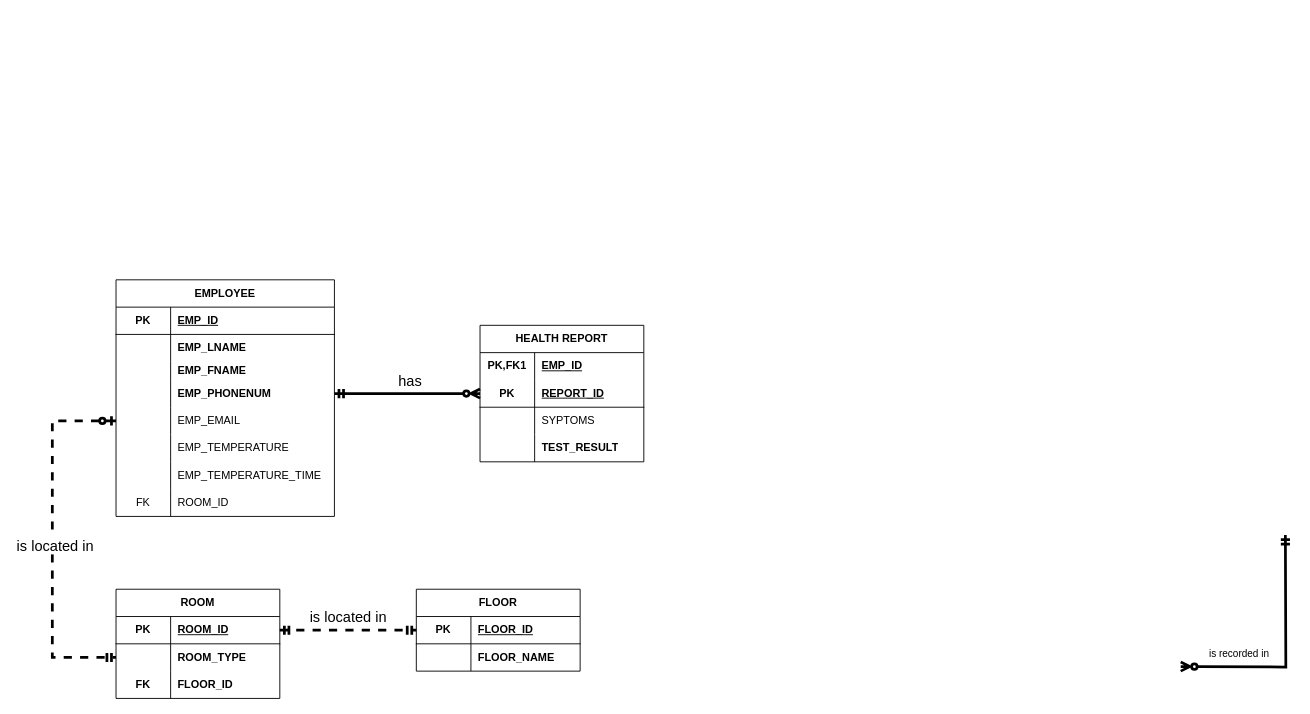
Eren-Jeager123/ERD-COVID keeps this draw.io diagram as hw1.drawio. Above is the earlier version. Source tidied: cells renumbered, new cells numbered last; positions are measured from the earlier drawing's top-left corner, leaving out a move shared by most shapes. Both pictures are drawn from the tidied source at 91%, with x=0, y=0 at pixel (52, 279).
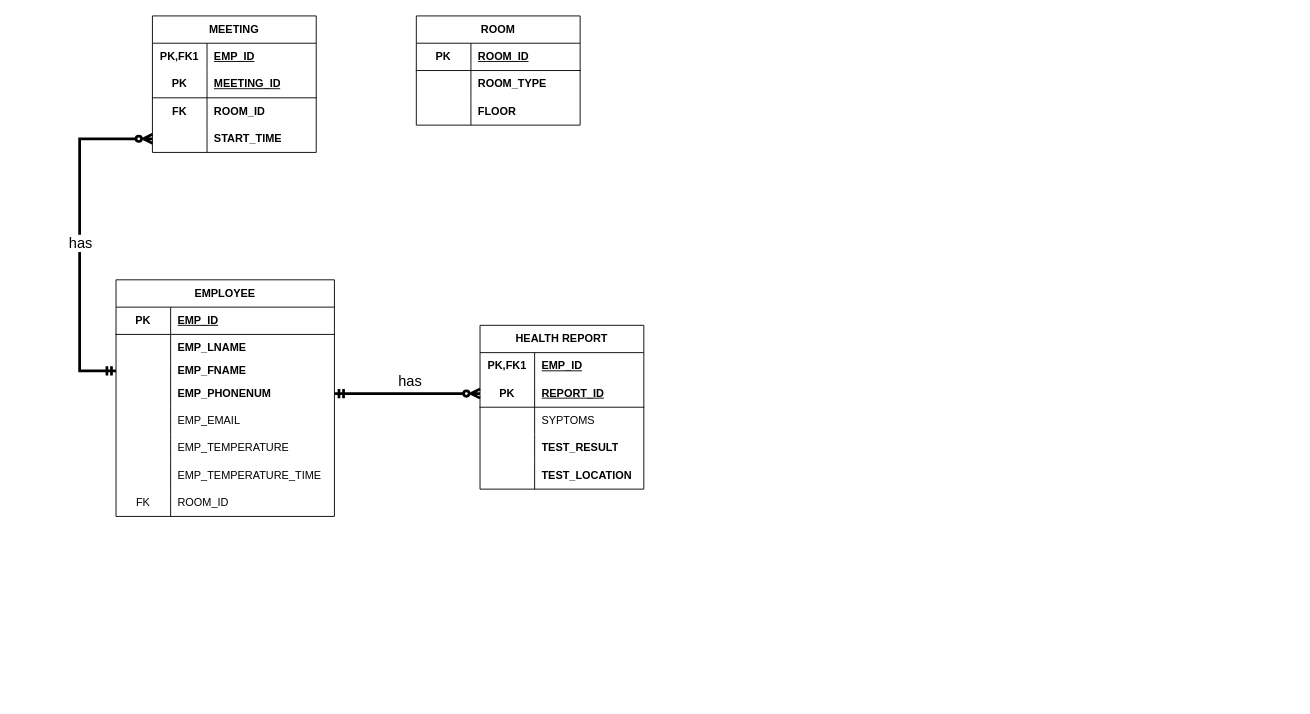
Above is the later version.

The change refers to these unchanged cells:
```xml
<mxCell id="11" style="shape=tableRow;horizontal=0;startSize=0;swimlaneHead=0;swimlaneBody=0;fillColor=none;points=[[0,0.5],[1,0.5]];portConstraint=eastwest;top=0;left=0;right=0;bottom=0;html=1;" parent="4" vertex="1">
  <mxGeometry y="90" width="240" height="20" as="geometry" />
</mxCell>
<mxCell id="17" style="shape=tableRow;horizontal=0;startSize=0;swimlaneHead=0;swimlaneBody=0;fillColor=none;points=[[0,0.5],[1,0.5]];portConstraint=eastwest;top=0;left=0;right=0;bottom=0;html=1;" parent="4" vertex="1">
  <mxGeometry y="140" width="240" height="30" as="geometry" />
</mxCell>
<mxCell id="45" style="shape=tableRow;horizontal=0;startSize=0;swimlaneHead=0;swimlaneBody=0;fillColor=none;points=[[0,0.5],[1,0.5]];portConstraint=eastwest;top=0;left=0;right=0;bottom=1;html=1;" parent="44" vertex="1">
  <mxGeometry y="30" width="180" height="30" as="geometry" />
</mxCell>
<mxCell id="48" style="shape=tableRow;horizontal=0;startSize=0;swimlaneHead=0;swimlaneBody=0;fillColor=none;points=[[0,0.5],[1,0.5]];portConstraint=eastwest;top=0;left=0;right=0;bottom=0;html=1;" parent="44" vertex="1">
  <mxGeometry y="60" width="180" height="30" as="geometry" />
</mxCell>
<mxCell id="51" style="shape=tableRow;horizontal=0;startSize=0;swimlaneHead=0;swimlaneBody=0;fillColor=none;top=0;left=0;right=0;bottom=0;html=1;fontStyle=0;" parent="44" vertex="1">
  <mxGeometry y="90" width="180" height="30" as="geometry" />
</mxCell>
```

What changed in the source:
```diff
@@
-    <mxCell id="2" style="edgeStyle=orthogonalEdgeStyle;rounded=0;orthogonalLoop=1;jettySize=auto;html=1;exitX=1;exitY=0.5;exitDx=0;exitDy=0;strokeWidth=3;entryX=0.816;entryY=1.012;entryDx=0;entryDy=0;entryPerimeter=0;startArrow=ERzeroToMany;startFill=0;endArrow=ERmandOne;endFill=0;" parent="1" edge="1">
-      <mxGeometry relative="1" as="geometry">
-        <mxPoint x="1240" y="425" as="sourcePoint" />
-        <mxPoint x="1355" y="280.4" as="targetPoint" />
-      </mxGeometry>
-    </mxCell>
-    <mxCell id="3" value="is recorded in" style="edgeLabel;html=1;align=center;verticalAlign=middle;" parent="2" vertex="1">
-      <mxGeometry x="-0.52" y="2" relative="1" as="geometry">
-        <mxPoint y="-13" as="offset" />
-      </mxGeometry>
-    </mxCell>
@@
     <mxCell id="29" value="HEALTH REPORT" style="shape=table;startSize=30;childLayout=tableLayout;rowLines=0;fontStyle=1;align=center;html=1;whiteSpace=wrap;" parent="1" vertex="1">
-      <mxGeometry x="470" y="50" width="180" height="150" as="geometry" />
+      <mxGeometry x="470" y="50" width="180" height="180" as="geometry" />
     </mxCell>
@@
+    <mxCell id="65" style="shape=tableRow;horizontal=0;startSize=0;swimlaneHead=0;swimlaneBody=0;fillColor=none;top=0;left=0;right=0;bottom=0;html=1;" parent="29" vertex="1">
+      <mxGeometry y="150" width="180" height="30" as="geometry" />
+    </mxCell>
+    <mxCell id="66" style="shape=partialRectangle;fillColor=none;top=0;left=0;bottom=0;right=0;overflow=hidden;html=1;whiteSpace=wrap;" parent="65" vertex="1">
+      <mxGeometry width="60" height="30" as="geometry" />
+    </mxCell>
+    <mxCell id="67" value="TEST_LOCATION" style="shape=partialRectangle;fillColor=none;top=0;left=0;bottom=0;right=0;align=left;spacingLeft=6;overflow=hidden;html=1;whiteSpace=wrap;fontStyle=1;" parent="65" vertex="1">
+      <mxGeometry x="60" width="120" height="30" as="geometry" />
+    </mxCell>
@@
     <mxCell id="44" value="ROOM" style="shape=table;startSize=30;childLayout=tableLayout;rowLines=0;fontStyle=1;align=center;html=1;whiteSpace=wrap;" parent="1" vertex="1">
-      <mxGeometry x="70" y="340" width="180" height="120" as="geometry" />
+      <mxGeometry x="400" y="-290" width="180" height="120" as="geometry" />
     </mxCell>
@@
-    <mxCell id="52" value="&lt;b&gt;FK&lt;/b&gt;" style="shape=partialRectangle;fillColor=none;top=0;left=0;bottom=0;right=0;overflow=hidden;html=1;whiteSpace=wrap;" parent="51" vertex="1">
+    <mxCell id="52" style="shape=partialRectangle;fillColor=none;top=0;left=0;bottom=0;right=0;overflow=hidden;html=1;whiteSpace=wrap;" parent="51" vertex="1">
       <mxGeometry width="60" height="30" as="geometry" />
     </mxCell>
-    <mxCell id="53" value="&lt;b&gt;FLOOR_ID&lt;/b&gt;" style="shape=partialRectangle;fillColor=none;top=0;left=0;bottom=0;right=0;align=left;spacingLeft=6;overflow=hidden;html=1;whiteSpace=wrap;" parent="51" vertex="1">
+    <mxCell id="53" value="&lt;b&gt;FLOOR&lt;br&gt;&lt;/b&gt;" style="shape=partialRectangle;fillColor=none;top=0;left=0;bottom=0;right=0;align=left;spacingLeft=6;overflow=hidden;html=1;whiteSpace=wrap;" parent="51" vertex="1">
       <mxGeometry x="60" width="120" height="30" as="geometry" />
     </mxCell>
-    <mxCell id="54" style="edgeStyle=orthogonalEdgeStyle;rounded=0;jettySize=auto;html=1;exitX=0;exitY=0.5;exitDx=0;exitDy=0;entryX=0;entryY=0.5;entryDx=0;entryDy=0;strokeWidth=3;startArrow=ERzeroToOne;startFill=0;endArrow=ERmandOne;endFill=0;dashed=1;" parent="1" edge="1" source="17" target="48">
-      <mxGeometry relative="1" as="geometry">
-        <Array as="points">
-          <mxPoint y="155" />
-          <mxPoint y="415" />
-        </Array>
-      </mxGeometry>
-    </mxCell>
-    <mxCell id="55" value="&lt;font style=&quot;font-size: 16px;&quot;&gt;is located in&lt;/font&gt;" style="edgeLabel;html=1;align=center;verticalAlign=middle;" parent="54" vertex="1">
-      <mxGeometry x="0.03" y="2" relative="1" as="geometry" />
-    </mxCell>
-    <mxCell id="56" value="FLOOR" style="shape=table;startSize=30;childLayout=tableLayout;rowLines=0;fontStyle=1;align=center;html=1;whiteSpace=wrap;" parent="1" vertex="1">
-      <mxGeometry x="400" y="340" width="180" height="90" as="geometry" />
-    </mxCell>
-    <mxCell id="57" style="shape=tableRow;horizontal=0;startSize=0;swimlaneHead=0;swimlaneBody=0;fillColor=none;points=[[0,0.5],[1,0.5]];portConstraint=eastwest;top=0;left=0;right=0;bottom=1;html=1;" parent="56" vertex="1">
-      <mxGeometry y="30" width="180" height="30" as="geometry" />
-    </mxCell>
+    <mxCell id="68" value="MEETING" style="shape=table;startSize=30;childLayout=tableLayout;rowLines=0;fontStyle=1;align=center;html=1;whiteSpace=wrap;" parent="1" vertex="1">
+      <mxGeometry x="110" y="-290" width="180" height="150" as="geometry" />
+    </mxCell>
+    <mxCell id="69" style="shape=tableRow;horizontal=0;startSize=0;swimlaneHead=0;swimlaneBody=0;fillColor=none;top=0;left=0;right=0;bottom=0;html=1;" parent="68" vertex="1">
+      <mxGeometry y="30" width="180" height="30" as="geometry" />
+    </mxCell>
+    <mxCell id="70" value="PK,FK1" style="shape=partialRectangle;fillColor=none;top=0;left=0;bottom=0;right=0;fontStyle=1;overflow=hidden;html=1;whiteSpace=wrap;" parent="69" vertex="1">
+      <mxGeometry width="60" height="30" as="geometry" />
+    </mxCell>
+    <mxCell id="71" value="EMP_ID" style="shape=partialRectangle;fillColor=none;top=0;left=0;bottom=0;right=0;align=left;spacingLeft=6;fontStyle=5;overflow=hidden;html=1;whiteSpace=wrap;" parent="69" vertex="1">
+      <mxGeometry x="60" width="120" height="30" as="geometry" />
+    </mxCell>
+    <mxCell id="72" style="shape=tableRow;horizontal=0;startSize=0;swimlaneHead=0;swimlaneBody=0;fillColor=none;top=0;left=0;right=0;bottom=1;html=1;" parent="68" vertex="1">
+      <mxGeometry y="60" width="180" height="30" as="geometry" />
+    </mxCell>
-    <mxCell id="58" value="PK" style="shape=partialRectangle;fillColor=none;top=0;left=0;bottom=0;right=0;fontStyle=1;overflow=hidden;html=1;whiteSpace=wrap;" parent="57" vertex="1">
+    <mxCell id="58" value="PK" style="shape=partialRectangle;fillColor=none;top=0;left=0;bottom=0;right=0;fontStyle=1;overflow=hidden;html=1;whiteSpace=wrap;" parent="72" vertex="1">
       <mxGeometry width="60" height="30" as="geometry" />
     </mxCell>
-    <mxCell id="59" value="FLOOR_ID" style="shape=partialRectangle;fillColor=none;top=0;left=0;bottom=0;right=0;align=left;spacingLeft=6;fontStyle=5;overflow=hidden;html=1;whiteSpace=wrap;" parent="57" vertex="1">
-      <mxGeometry x="60" width="120" height="30" as="geometry" />
-    </mxCell>
-    <mxCell id="60" style="shape=tableRow;horizontal=0;startSize=0;swimlaneHead=0;swimlaneBody=0;fillColor=none;top=0;left=0;right=0;bottom=0;html=1;" parent="56" vertex="1">
-      <mxGeometry y="60" width="180" height="30" as="geometry" />
-    </mxCell>
-    <mxCell id="61" style="shape=partialRectangle;fillColor=none;top=0;left=0;bottom=0;right=0;overflow=hidden;html=1;whiteSpace=wrap;" parent="60" vertex="1">
-      <mxGeometry width="60" height="30" as="geometry" />
-    </mxCell>
-    <mxCell id="62" value="&lt;b&gt;FLOOR_NAME&lt;/b&gt;" style="shape=partialRectangle;fillColor=none;top=0;left=0;bottom=0;right=0;align=left;spacingLeft=6;overflow=hidden;html=1;whiteSpace=wrap;" parent="60" vertex="1">
-      <mxGeometry x="60" width="120" height="30" as="geometry" />
-    </mxCell>
-    <mxCell id="63" style="edgeStyle=orthogonalEdgeStyle;rounded=0;jettySize=auto;html=1;exitX=1;exitY=0.5;exitDx=0;exitDy=0;strokeWidth=3;startArrow=ERmandOne;startFill=0;endArrow=ERmandOne;endFill=0;dashed=1;" parent="1" edge="1" source="45" target="57">
-      <mxGeometry relative="1" as="geometry" />
-    </mxCell>
-    <mxCell id="64" value="&lt;font style=&quot;font-size: 16px;&quot;&gt;is located in&lt;/font&gt;" style="edgeLabel;html=1;align=center;verticalAlign=middle;" parent="63" vertex="1">
-      <mxGeometry x="-0.02" y="1" relative="1" as="geometry">
-        <mxPoint y="-14" as="offset" />
-      </mxGeometry>
-    </mxCell>
+    <mxCell id="73" value="MEETING_ID" style="shape=partialRectangle;fillColor=none;top=0;left=0;bottom=0;right=0;align=left;spacingLeft=6;fontStyle=5;overflow=hidden;html=1;whiteSpace=wrap;" parent="72" vertex="1">
+      <mxGeometry x="60" width="120" height="30" as="geometry" />
+    </mxCell>
+    <mxCell id="74" style="shape=tableRow;horizontal=0;startSize=0;swimlaneHead=0;swimlaneBody=0;fillColor=none;top=0;left=0;right=0;bottom=0;html=1;" parent="68" vertex="1">
+      <mxGeometry y="90" width="180" height="30" as="geometry" />
+    </mxCell>
+    <mxCell id="75" value="FK" style="shape=partialRectangle;fillColor=none;top=0;left=0;bottom=0;right=0;overflow=hidden;html=1;whiteSpace=wrap;fontStyle=1;" parent="74" vertex="1">
+      <mxGeometry width="60" height="30" as="geometry" />
+    </mxCell>
+    <mxCell id="76" value="&lt;b&gt;ROOM_ID&lt;/b&gt;" style="shape=partialRectangle;fillColor=none;top=0;left=0;bottom=0;right=0;align=left;spacingLeft=6;overflow=hidden;html=1;whiteSpace=wrap;" parent="74" vertex="1">
+      <mxGeometry x="60" width="120" height="30" as="geometry" />
+    </mxCell>
+    <mxCell id="77" style="shape=tableRow;horizontal=0;startSize=0;swimlaneHead=0;swimlaneBody=0;fillColor=none;points=[[0,0.5],[1,0.5]];portConstraint=eastwest;top=0;left=0;right=0;bottom=0;html=1;fontStyle=1;" parent="68" vertex="1">
+      <mxGeometry y="120" width="180" height="30" as="geometry" />
+    </mxCell>
+    <mxCell id="78" style="shape=partialRectangle;fillColor=none;top=0;left=0;bottom=0;right=0;overflow=hidden;html=1;whiteSpace=wrap;" parent="77" vertex="1">
+      <mxGeometry width="60" height="30" as="geometry" />
+    </mxCell>
+    <mxCell id="79" value="&lt;b&gt;START_TIME&lt;/b&gt;" style="shape=partialRectangle;fillColor=none;top=0;left=0;bottom=0;right=0;align=left;spacingLeft=6;overflow=hidden;html=1;whiteSpace=wrap;" parent="77" vertex="1">
+      <mxGeometry x="60" width="120" height="30" as="geometry" />
+    </mxCell>
+    <mxCell id="80" style="edgeStyle=orthogonalEdgeStyle;rounded=0;jettySize=auto;html=1;exitX=0;exitY=0.5;exitDx=0;exitDy=0;entryX=0;entryY=0.5;entryDx=0;entryDy=0;strokeWidth=3;startArrow=ERmandOne;startFill=0;endArrow=ERzeroToMany;endFill=0;" parent="1" edge="1" source="11" target="77">
+      <mxGeometry relative="1" as="geometry">
+        <Array as="points">
+          <mxPoint x="30" y="100" />
+          <mxPoint x="30" y="-155" />
+        </Array>
+      </mxGeometry>
+    </mxCell>
+    <mxCell id="81" value="has" style="edgeLabel;html=1;align=center;verticalAlign=middle;fontSize=16;" parent="80" vertex="1">
+      <mxGeometry x="0.05" y="-2" relative="1" as="geometry">
+        <mxPoint x="-2" y="16" as="offset" />
+      </mxGeometry>
+    </mxCell>
```
